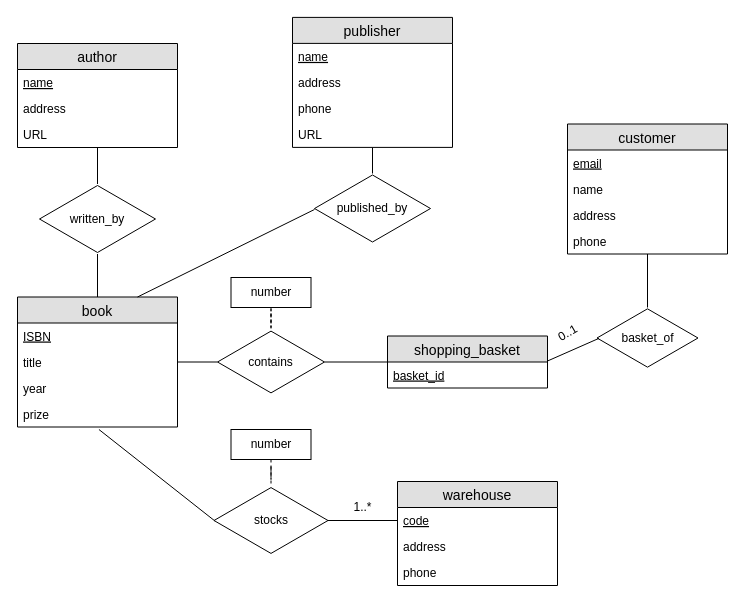
Before: page "Page-2" (2 of 4) of Untitled Diagram.drawio in RomolaZhang/Databases, a draw.io diagram. Source tidied: cells renumbered, new cells numbered last; positions are measured from the earlier drawing's top-left corner, leaving out a move shared by most shapes. Both pictures are drawn from the tidied source at 100%, with x=0, y=0 at pixel (17, 17).
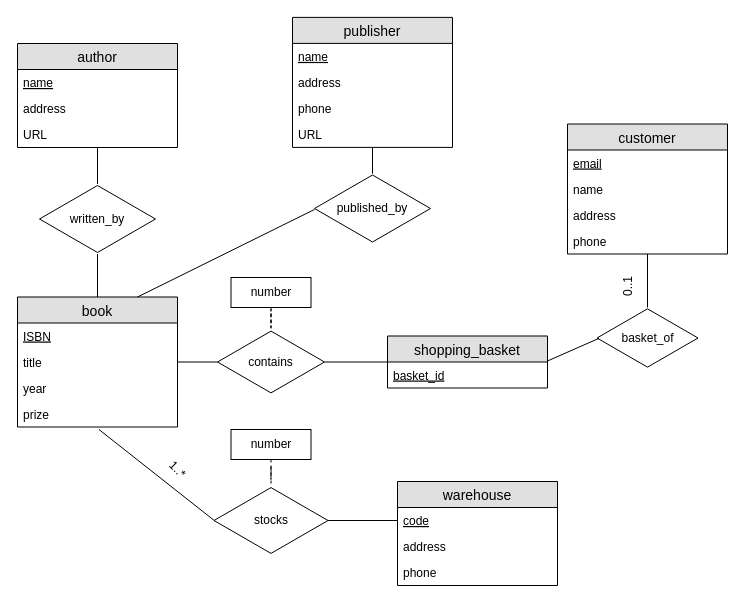
After the change.

Diff of the diagram source:
```diff
@@
-    <mxCell id="46" value="0..1" style="text;html=1;align=center;verticalAlign=middle;fillColor=none;strokeColor=none;rounded=0;rotation=-30;" parent="1" vertex="1">
-      <mxGeometry x="530" y="305.5" width="40" height="20" as="geometry" />
+    <mxCell id="46" value="0..1" style="text;html=1;align=center;verticalAlign=middle;fillColor=none;strokeColor=none;rounded=0;rotation=-90;" parent="1" vertex="1">
+      <mxGeometry x="590" y="259.5" width="40" height="20" as="geometry" />
     </mxCell>
-    <mxCell id="47" value="1..*" style="text;html=1;align=center;verticalAlign=middle;fillColor=none;strokeColor=none;rounded=0;" parent="1" vertex="1">
-      <mxGeometry x="330" y="480" width="30" height="20" as="geometry" />
+    <mxCell id="47" value="1..*" style="text;html=1;align=center;verticalAlign=middle;fillColor=none;strokeColor=none;rounded=0;rotation=45;" parent="1" vertex="1">
+      <mxGeometry x="145" y="442" width="30" height="20" as="geometry" />
     </mxCell>
```
